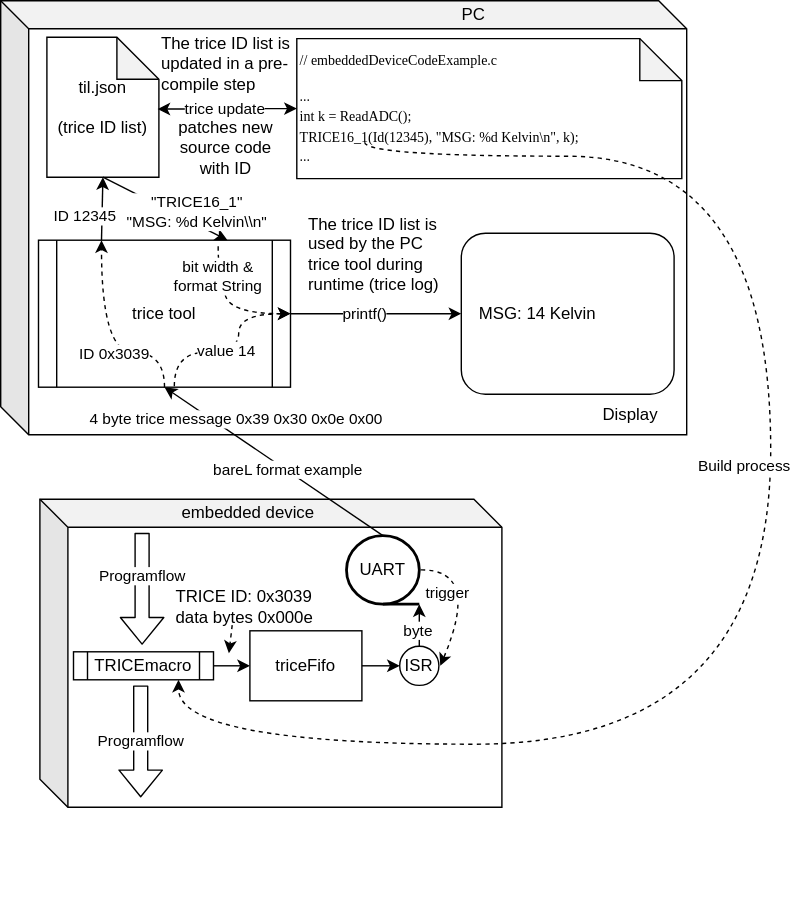
This is docs/README.media/trice4BlockDiagram.svg from rokath/trice, a draw.io export, as it was before one commit. Source tidied: cells renumbered, new cells last; positions are measured from the earlier drawing's top-left corner, leaving out a move shared by most shapes.
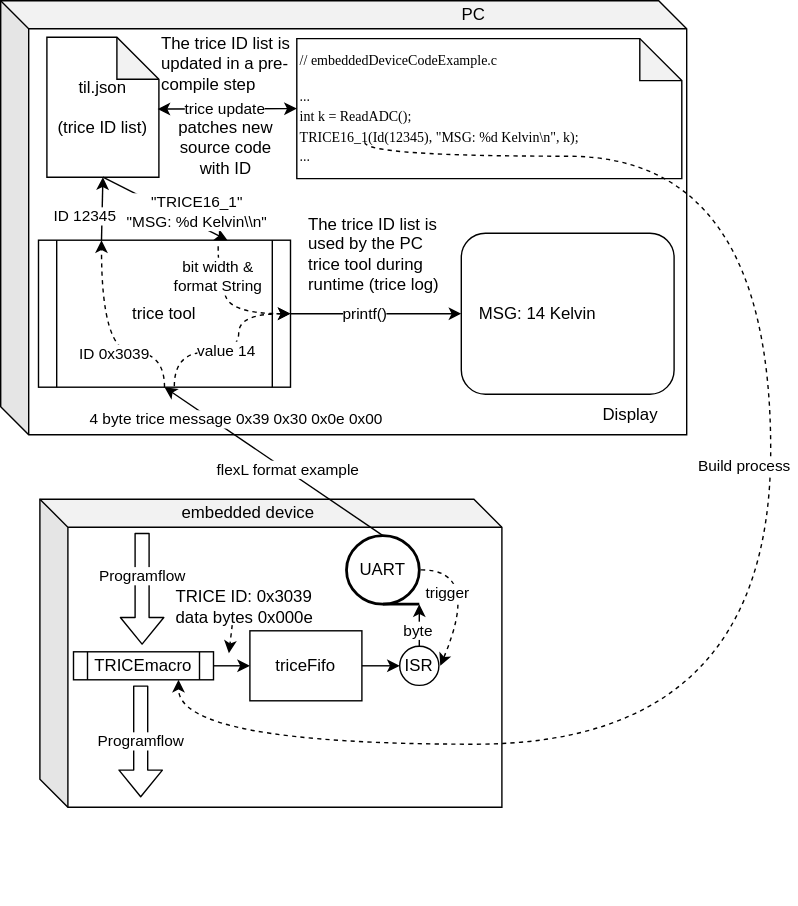
After the change.

Change to the diagram source:
```diff
@@ -107,7 +107,7 @@
         <mxPoint y="-12" as="offset" />
       </mxGeometry>
     </mxCell>
-    <mxCell id="31" value="bareL format example" style="edgeLabel;html=1;align=center;verticalAlign=middle;" parent="29" vertex="1">
+    <mxCell id="31" value="flexL format example" style="edgeLabel;html=1;align=center;verticalAlign=middle;" parent="29" vertex="1">
       <mxGeometry x="-0.12" y="-1" relative="1" as="geometry" />
     </mxCell>
     <mxCell id="32" value="The trice ID list is used by the PC trice tool during runtime (trice log)" style="text;html=1;strokeColor=none;fillColor=none;align=left;verticalAlign=middle;whiteSpace=wrap;rounded=0;" parent="1" vertex="1">
```
